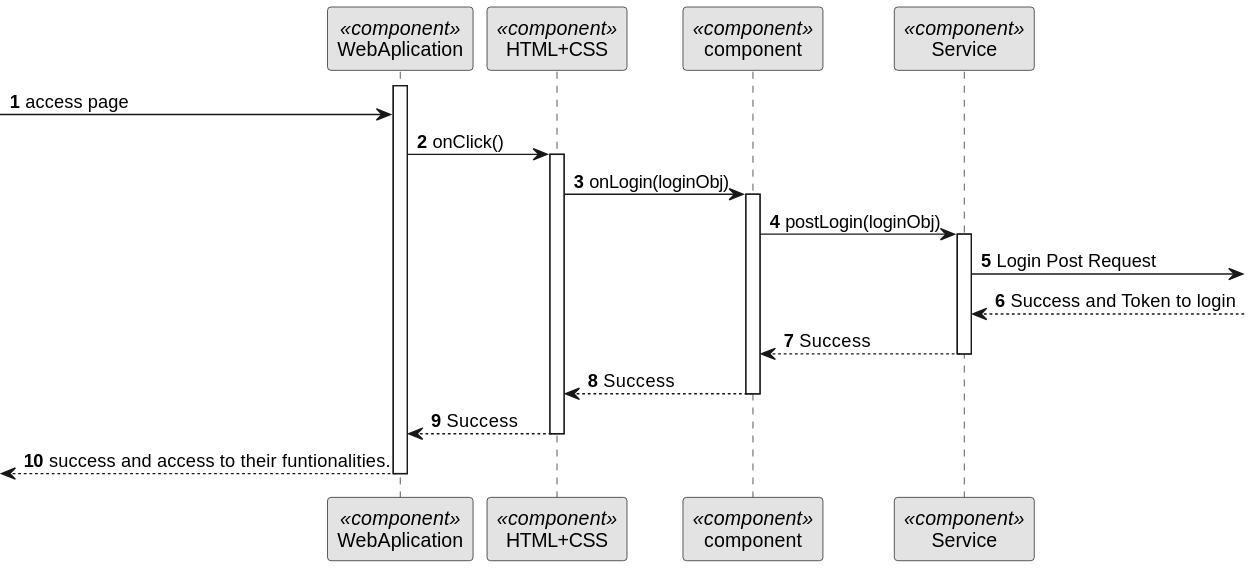
Above: docs/BackofficeModule/7.2.17/sequence-diagram-3.svg in Ana-Miguel-Silva/SurgicalAppointmentAndResourceManagement (PlantUML), before the change.
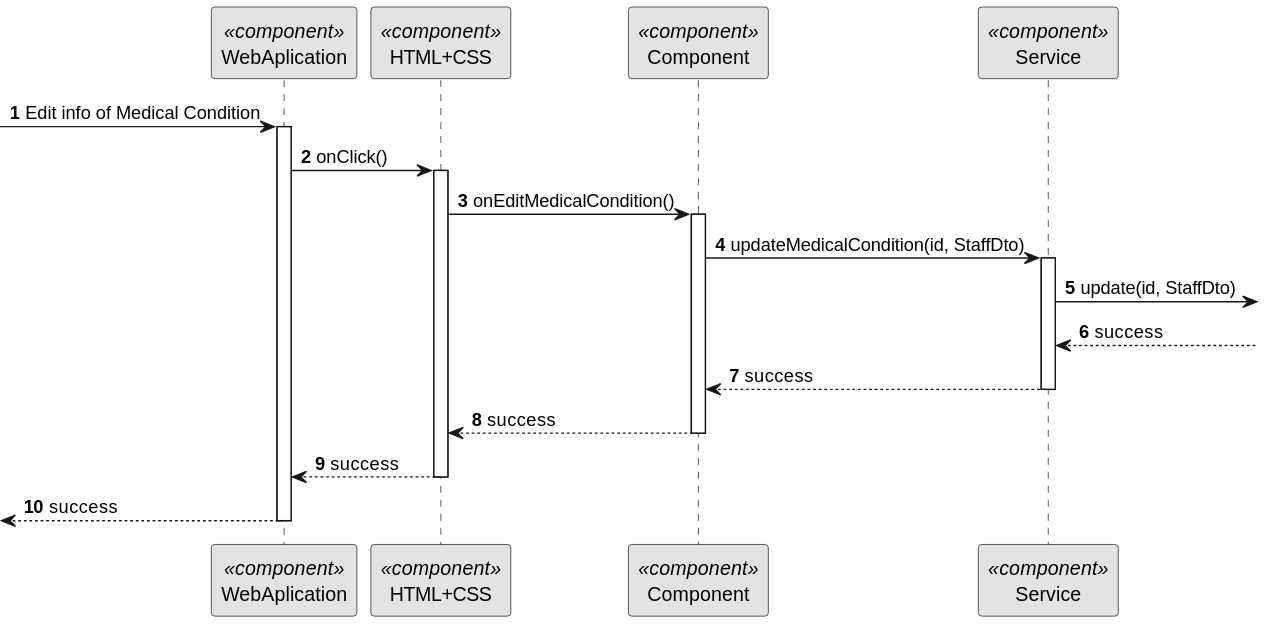
Above is the later version.

The edit, as a diff of the source:
```diff
@@ -7,43 +7,38 @@
 
 participant "WebAplication" as FE <<component>>
 participant "HTML+CSS" as HT <<component>>
-participant "component" as CM <<component>>
+participant "Component" as CM <<component>>
 participant "Service" as SERV <<component>>
 
 
+
+-> FE : Edit info of Medical Condition
 activate FE
--> FE: access page
 
-FE -> HT : onClick()
-activate HT
+ FE -> HT : onClick()
+ activate HT
+
+ HT -> CM : onEditMedicalCondition()
+activate CM
+CM -> SERV : updateMedicalCondition(id, StaffDto)
+activate SERV
+SERV ->: update(id, StaffDto)
 
 
-HT -> CM : onLogin(loginObj)
+SERV <-- : success
 
-activate CM
-
-CM -> SERV : postLogin(loginObj)
-
- activate SERV
-
-  SERV -> : Login Post Request
-
- SERV <-- : Success and Token to login
-
-SERV --> CM : Success
-
+SERV --> CM : success
 
 deactivate SERV
+CM --> HT: success
 
-CM --> HT : Success
 deactivate CM
 
-
-
-HT --> FE : Success
+HT --> FE : success
 deactivate HT
 
-<--- FE : success and access to their funtionalities.
+<-- FE : success
+
 
 deactivate FE
 @enduml
```
